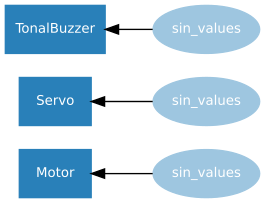
Before: docs/images/source_values/sin_values.png, a diagram exported from Graphviz (gpiozero/gpiozero). Its source is kept beside it as docs/images/source_values/sin_values.dot. Source of this version:
```dot
/* vim: set et sw=4 sts=4: */

digraph {
    graph [rankdir=RL];
    edge [arrowhead=normal, style=solid];

    /* Devices */
    node [shape=rect, style=filled, color="#2980b9", fontname=Sans, fontcolor="#ffffff", fontsize=10];

    Motor
    Servo
    TonalBuzzer

    /* functions */
    node [shape=oval, style=filled, color="#9ec6e0", fontcolor="#ffffff"];

    sin_values_1 [label="sin_values"]
    sin_values_2 [label="sin_values"]
    sin_values_3 [label="sin_values"]

    sin_values_1 -> Motor;
    sin_values_2 -> Servo;
    sin_values_3 -> TonalBuzzer;
}
```
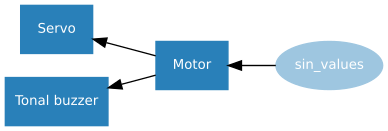
Above is the later version.

Diff of the diagram source:
```diff
@@ -9,16 +9,14 @@
 
     Motor
     Servo
-    TonalBuzzer
+    buzzer [label="Tonal buzzer"]
 
     /* functions */
     node [shape=oval, style=filled, color="#9ec6e0", fontcolor="#ffffff"];
 
-    sin_values_1 [label="sin_values"]
-    sin_values_2 [label="sin_values"]
-    sin_values_3 [label="sin_values"]
+    sin_values
 
-    sin_values_1 -> Motor;
-    sin_values_2 -> Servo;
-    sin_values_3 -> TonalBuzzer;
+    sin_values -> Motor;
+    Motor -> Servo;
+    Motor -> buzzer;
 }
```
